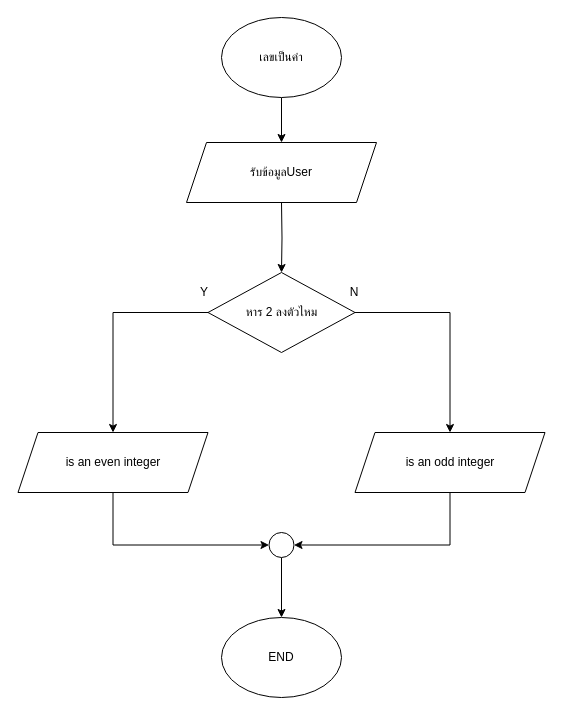
The draw.io diagram HW/HW05/HW05-5/HW05-5.drawio in ADSADAWUT/ENGCE117, before the edit. Source tidied: cells renumbered, new cells numbered last; positions are measured from the earlier drawing's top-left corner, leaving out a move shared by most shapes. Both pictures are drawn from the tidied source at 100%, with x=0, y=0 at pixel (18, 17).
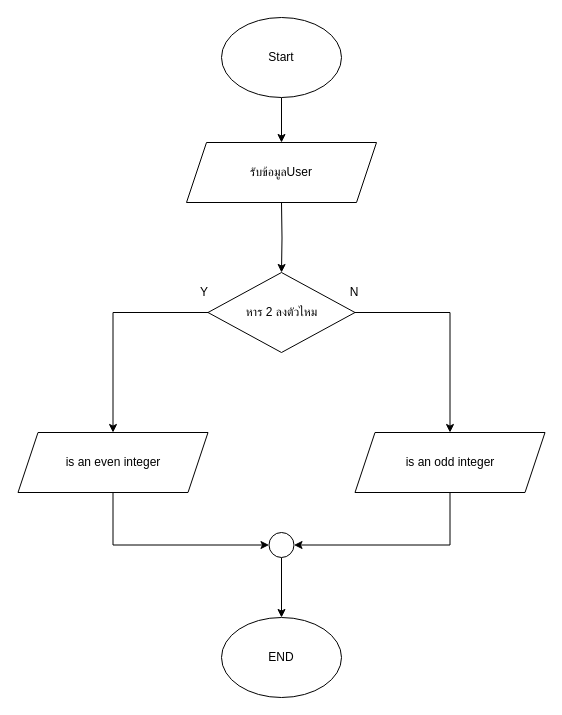
The same diagram, later.

Change to the diagram source:
```diff
@@
-    <mxCell id="3" value="เลขเป็นคำ" style="ellipse;whiteSpace=wrap;html=1;" parent="1" vertex="1">
+    <mxCell id="3" value="Start" style="ellipse;whiteSpace=wrap;html=1;" parent="1" vertex="1">
       <mxGeometry x="203" width="120" height="80" as="geometry" />
     </mxCell>
```
